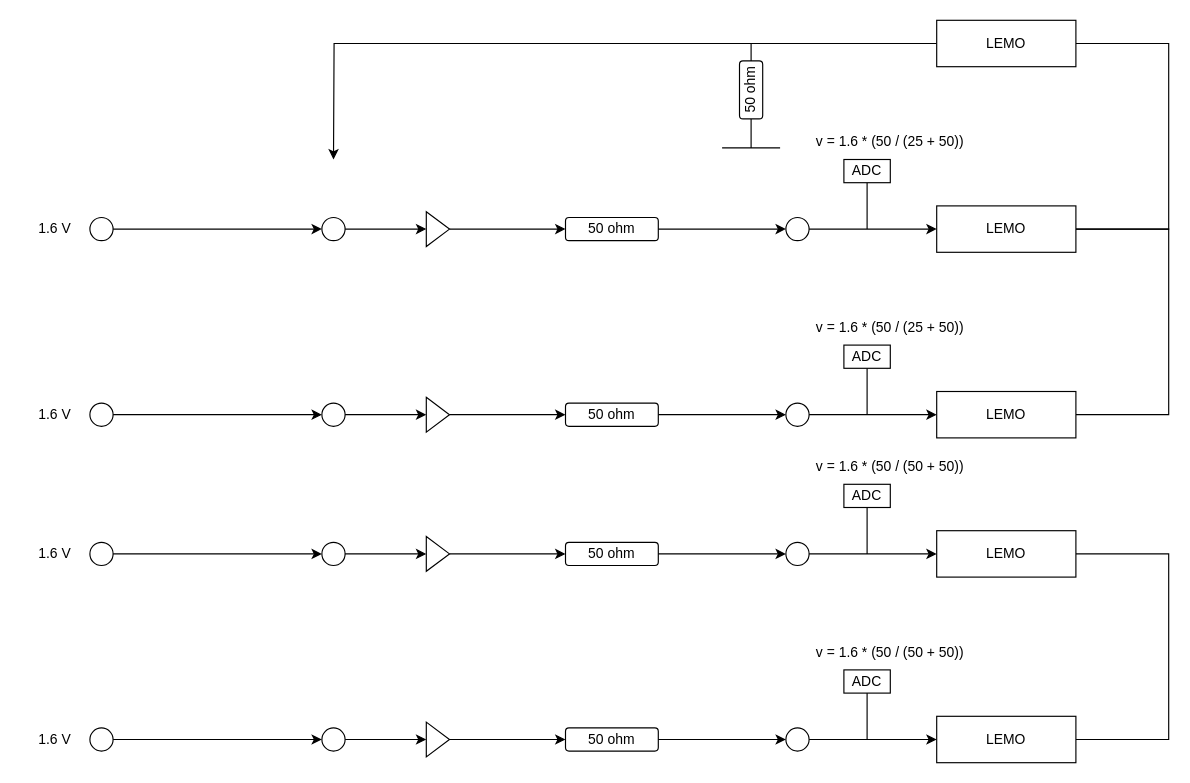
Before: page "Page-2" (2 of 6) of WIB_QC.drawio in lkebnl/Draw_IO, a draw.io diagram. Source tidied: cells renumbered, new cells numbered last; positions are measured from the earlier drawing's top-left corner, leaving out a move shared by most shapes. Both pictures are drawn from the tidied source at 116%, with x=0, y=0 at pixel (20, 20).
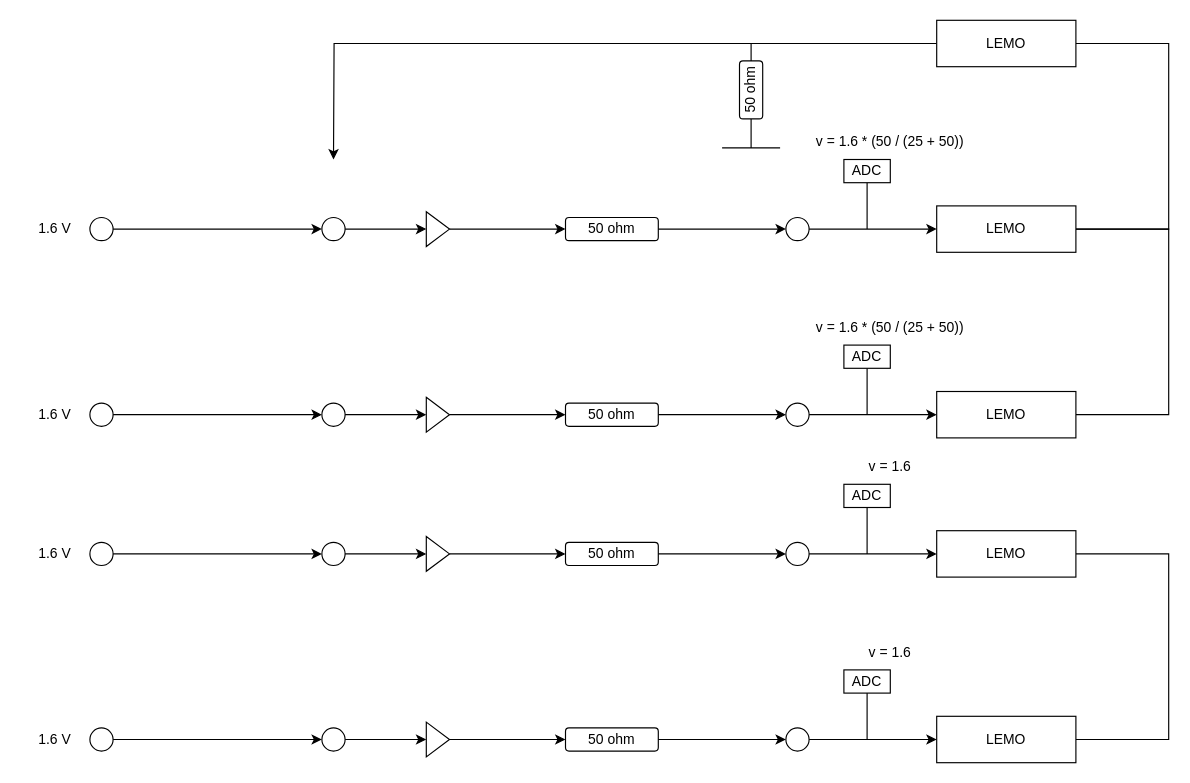
The same page after the edit.

What changed in the source:
```diff
@@
-    <mxCell id="69" value="v = 1.6 * (50 / (50 + 50))" style="text;html=1;align=center;verticalAlign=middle;whiteSpace=wrap;rounded=0;" parent="1" vertex="1">
+    <mxCell id="69" value="v = 1.6" style="text;html=1;align=center;verticalAlign=middle;whiteSpace=wrap;rounded=0;" parent="1" vertex="1">
       <mxGeometry x="670" y="370" width="160" height="30" as="geometry" />
     </mxCell>
-    <mxCell id="70" value="v = 1.6 * (50 / (50 + 50))" style="text;html=1;align=center;verticalAlign=middle;whiteSpace=wrap;rounded=0;" parent="1" vertex="1">
+    <mxCell id="70" value="v = 1.6" style="text;html=1;align=center;verticalAlign=middle;whiteSpace=wrap;rounded=0;" parent="1" vertex="1">
       <mxGeometry x="670" y="530" width="160" height="30" as="geometry" />
     </mxCell>
```
